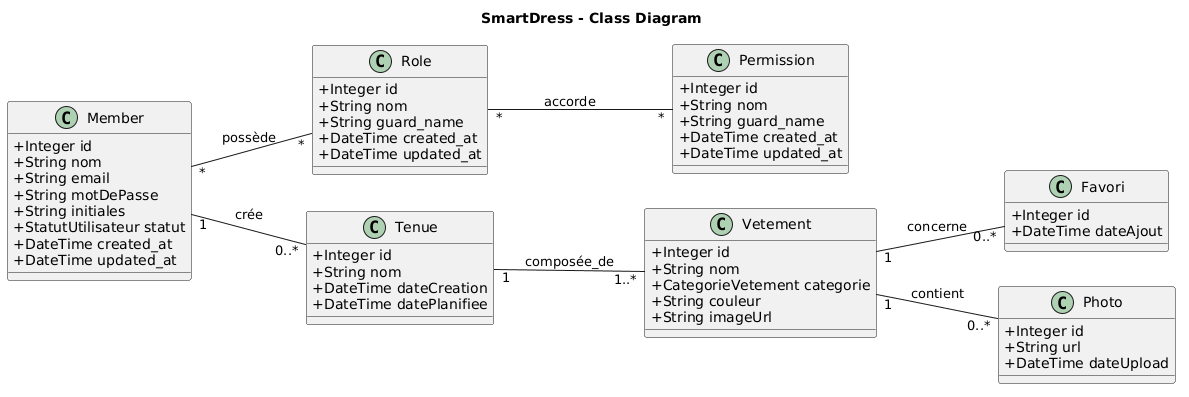
yasmineh-d/SmartDress keeps this PlantUML diagram as Conception/photos/diagramme_de_class.png. Above is the earlier version.
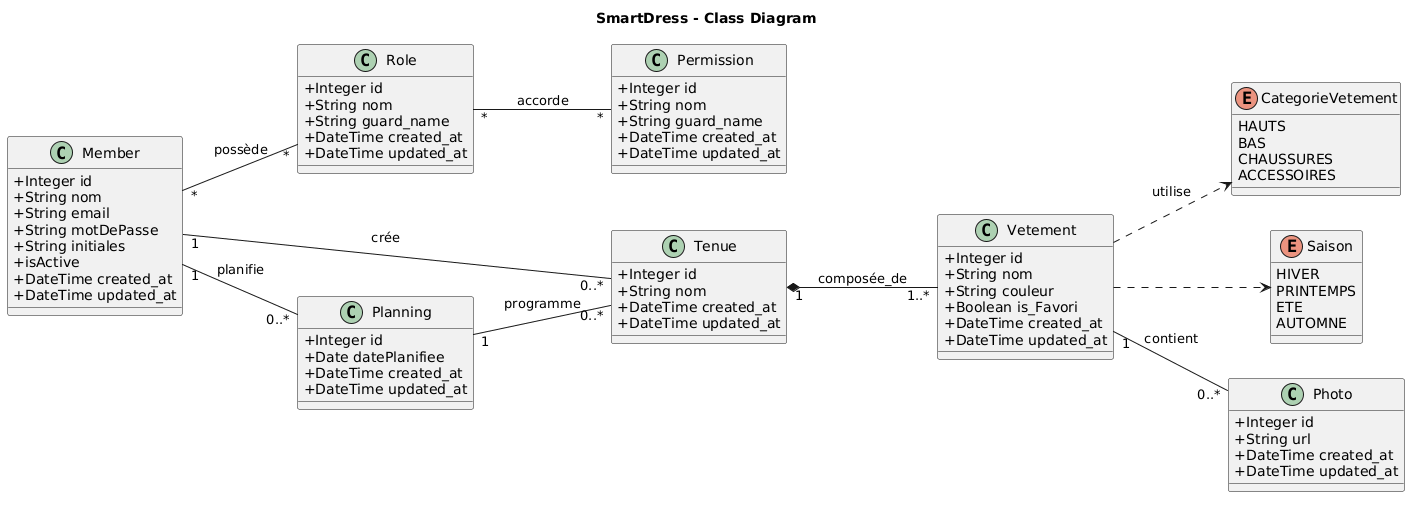
Later version of the same file.

Diff of the diagram source:
```diff
@@ -3,6 +3,20 @@
 
 left to right direction
 skinparam classAttributeIconSize 0
+
+enum CategorieVetement {
+    HAUTS
+    BAS
+    CHAUSSURES
+    ACCESSOIRES
+}
+
+enum Saison {
+    HIVER
+    PRINTEMPS
+    ETE
+    AUTOMNE
+}
 
 class Member {
     +Integer id
@@ -10,7 +24,7 @@
     +String email
     +String motDePasse
     +String initiales
-    +StatutUtilisateur statut
+    +isActive
     +DateTime created_at
     +DateTime updated_at
 }
@@ -31,41 +45,48 @@
     +DateTime updated_at
 }
 
-class Favori {
+class Vetement {
     +Integer id
-    +DateTime dateAjout
+    +String nom
+    +String couleur
+    +Boolean is_Favori
+    +DateTime created_at
+    +DateTime updated_at
+}
+
+class Photo {
+    +Integer id
+    +String url
+    +DateTime created_at
+    +DateTime updated_at
 }
 
 class Tenue {
     +Integer id
     +String nom
-    +DateTime dateCreation
-    +DateTime datePlanifiee
+    +DateTime created_at
+    +DateTime updated_at
 }
 
-class Vetement {
+class Planning {
     +Integer id
-    +String nom
-    +CategorieVetement categorie
-    +String couleur
-    +String imageUrl
-}
-
-class Photo {
-    +Integer id
-    +String url
-    +DateTime dateUpload
+    +Date datePlanifiee
+    +DateTime created_at
+    +DateTime updated_at
 }
 
 Member "*" -- "*" Role : possède
+Role "*" -- "*" Permission : accorde
+
+
+Vetement "1" -- "0..*" Photo : contient
 
 Member "1" -- "0..*" Tenue : crée
+Tenue "1" *-- "1..*" Vetement : composée_de
 
+Member "1" -- "0..*" Planning : planifie
+Planning "1" -- "0..*" Tenue : programme
 
-Vetement "1" -- "0..*" Favori : concerne
-
-Role "*" -- "*" Permission : accorde
-
-Tenue "1" -- "1..*" Vetement : composée_de
-Vetement "1" -- "0..*" Photo : contient
+Vetement ..> CategorieVetement : utilise
+Vetement ..> Saison
 @enduml
```
